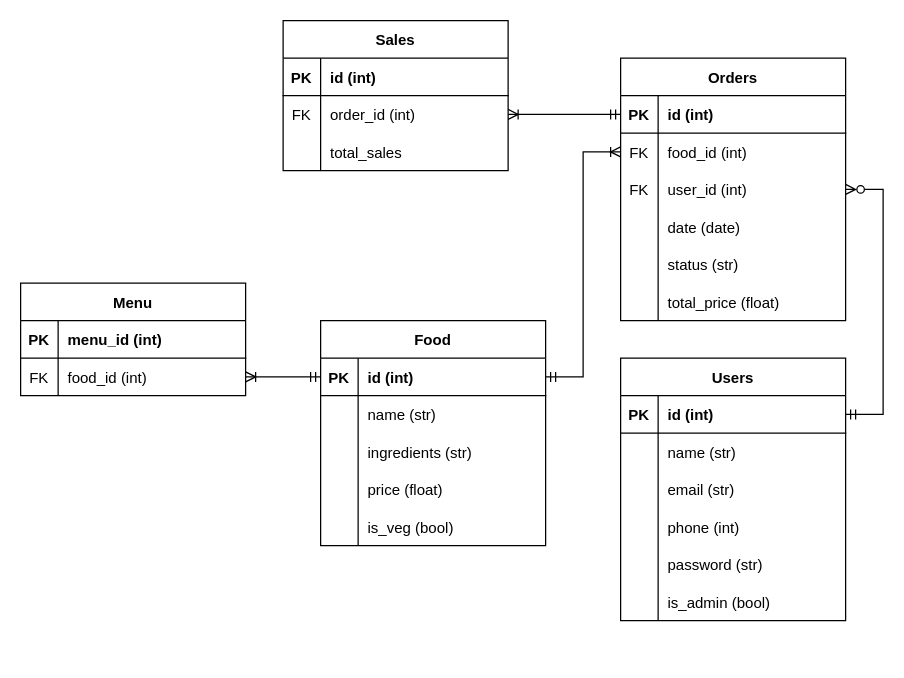
Above: docs/ERD.drawio in john-masters/T2A2 (draw.io), before the change. Source tidied: cells renumbered, new cells numbered last; positions are measured from the earlier drawing's top-left corner, leaving out a move shared by most shapes. Both pictures are drawn from the tidied source at 125%, with x=0, y=0 at pixel (20, 20).
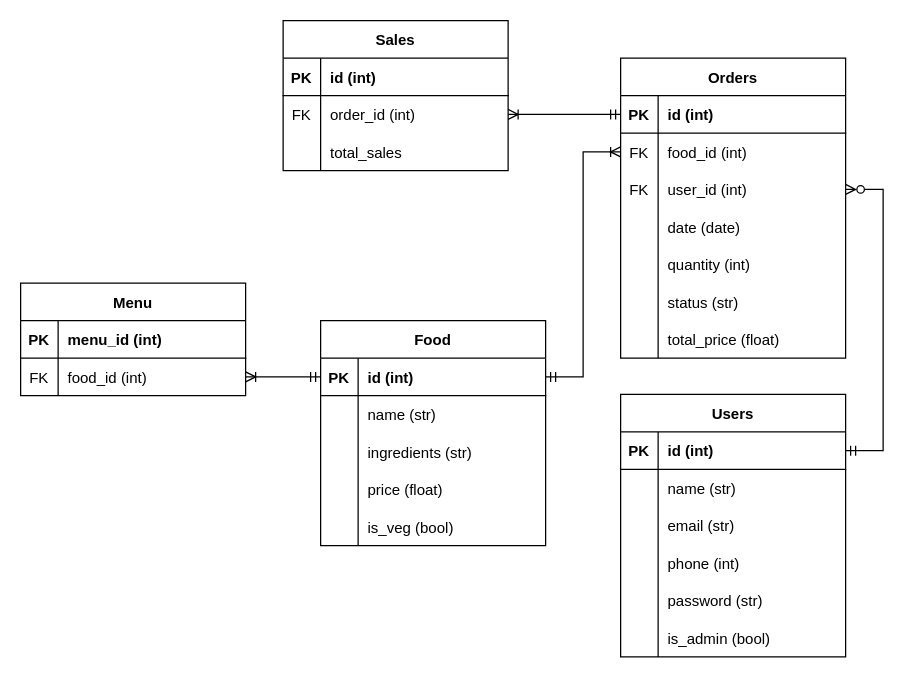
Above is the later version.

The edit, as a diff of the source:
```diff
@@
     <mxCell id="26" value="Orders" style="shape=table;startSize=30;childLayout=tableLayout;rowLines=0;fontStyle=1;align=center;" parent="1" vertex="1">
-      <mxGeometry x="480" y="30" width="180" height="210" as="geometry" />
+      <mxGeometry x="480" y="30" width="180" height="240" as="geometry" />
     </mxCell>
@@
+    <mxCell id="77" style="shape=tableRow;horizontal=0;startSize=0;swimlaneHead=0;swimlaneBody=0;fillColor=none;top=0;left=0;right=0;bottom=0;" parent="26" vertex="1">
+      <mxGeometry y="150" width="180" height="30" as="geometry" />
+    </mxCell>
+    <mxCell id="78" style="shape=partialRectangle;fillColor=none;top=0;left=0;bottom=0;right=0;overflow=hidden;" parent="77" vertex="1">
+      <mxGeometry width="30" height="30" as="geometry" />
+    </mxCell>
+    <mxCell id="79" value="quantity (int)" style="shape=partialRectangle;fillColor=none;top=0;left=0;bottom=0;right=0;align=left;spacingLeft=6;overflow=hidden;" parent="77" vertex="1">
+      <mxGeometry x="30" width="150" height="30" as="geometry" />
+    </mxCell>
     <mxCell id="39" style="shape=tableRow;horizontal=0;startSize=0;swimlaneHead=0;swimlaneBody=0;fillColor=none;top=0;left=0;right=0;bottom=0;" parent="26" vertex="1">
-      <mxGeometry y="150" width="180" height="30" as="geometry" />
+      <mxGeometry y="180" width="180" height="30" as="geometry" />
     </mxCell>
@@
     <mxCell id="42" style="shape=tableRow;horizontal=0;startSize=0;swimlaneHead=0;swimlaneBody=0;fillColor=none;top=0;left=0;right=0;bottom=0;" parent="26" vertex="1">
-      <mxGeometry y="180" width="180" height="30" as="geometry" />
+      <mxGeometry y="210" width="180" height="30" as="geometry" />
     </mxCell>
@@
     <mxCell id="46" value="Users" style="shape=table;startSize=30;childLayout=tableLayout;rowLines=0;fontStyle=1;align=center;" parent="1" vertex="1">
-      <mxGeometry x="480" y="270" width="180" height="210" as="geometry" />
+      <mxGeometry x="480" y="299" width="180" height="210" as="geometry" />
     </mxCell>
```
